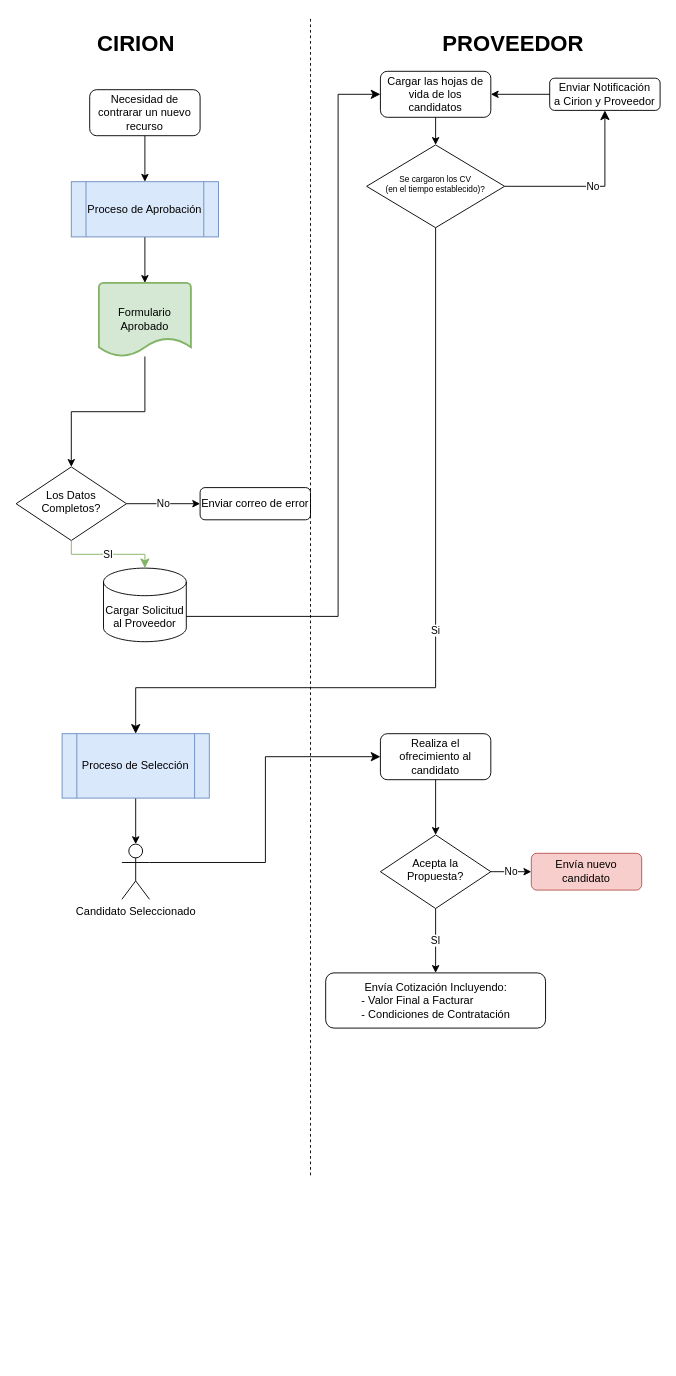
alexi86f/FlowChart keeps this draw.io diagram as ProcesoContrataciones3ros.drawio. Above is the earlier version. Source tidied: cells renumbered, new cells numbered last; positions are measured from the earlier drawing's top-left corner, leaving out a move shared by most shapes. Both pictures are drawn from the tidied source at 92%, with x=0, y=0 at pixel (16, 16).
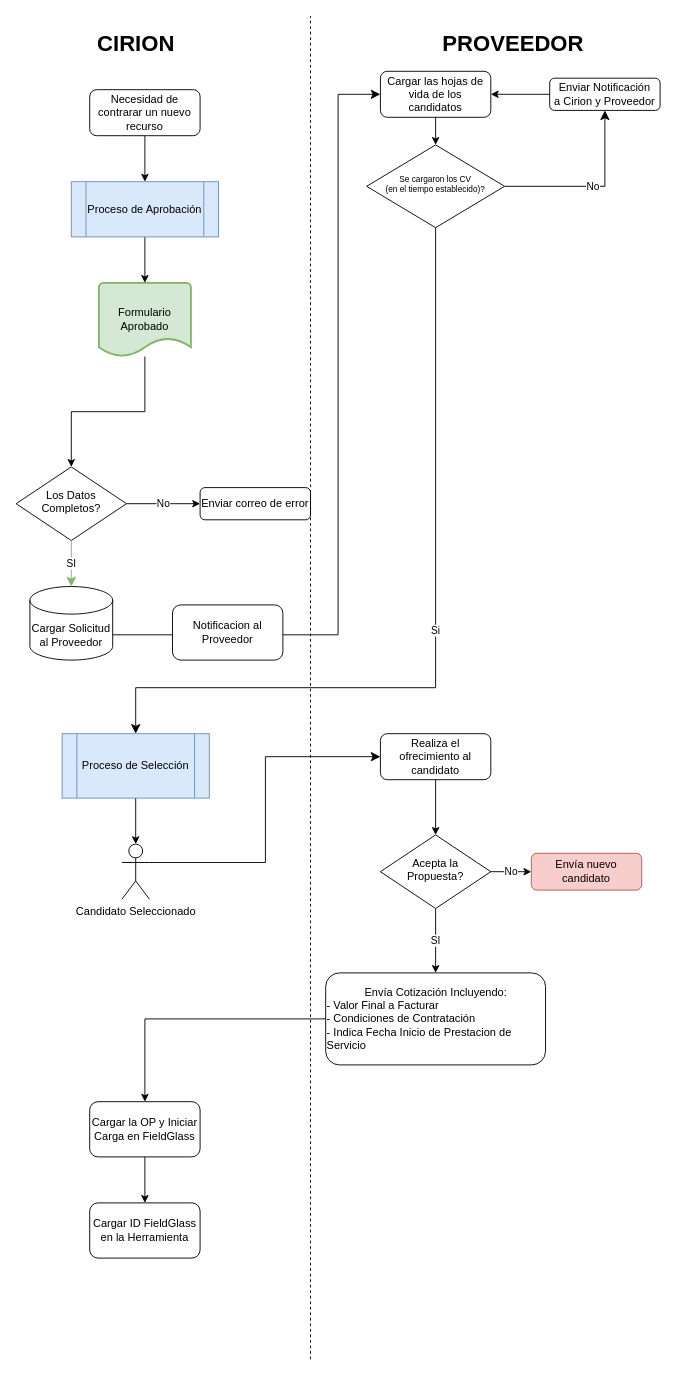
The same page after the edit.

What changed in the source:
```diff
@@
     <mxCell id="7" value="Cargar Solicitud al Proveedor" style="shape=cylinder3;whiteSpace=wrap;html=1;boundedLbl=1;backgroundOutline=1;size=15;" parent="1" vertex="1">
-      <mxGeometry x="95" y="600" width="90" height="80" as="geometry" />
+      <mxGeometry x="15" y="620" width="90" height="80" as="geometry" />
     </mxCell>
@@
     <mxCell id="19" style="endArrow=none;dashed=1;html=1;rounded=0;fontSize=12;" parent="1" edge="1">
       <mxGeometry relative="1" as="geometry">
-        <mxPoint x="320" y="1260" as="sourcePoint" />
+        <mxPoint x="320" y="1460" as="sourcePoint" />
         <mxPoint x="320" as="targetPoint" />
       </mxGeometry>
     </mxCell>
@@
+    <mxCell id="35" style="edgeStyle=orthogonalEdgeStyle;rounded=0;jettySize=auto;html=1;" parent="1" edge="1" source="30" target="38">
+      <mxGeometry relative="1" as="geometry" />
+    </mxCell>
-    <mxCell id="30" value="Envía Cotización Incluyendo:&lt;br&gt;&lt;div style=&quot;text-align: left;&quot;&gt;&lt;span style=&quot;background-color: initial;&quot;&gt;- Valor Final a Facturar&lt;/span&gt;&lt;/div&gt;&lt;div style=&quot;text-align: left;&quot;&gt;&lt;span style=&quot;background-color: initial;&quot;&gt;- Condiciones de Contratación&lt;/span&gt;&lt;/div&gt;" style="rounded=1;whiteSpace=wrap;html=1;" parent="1" vertex="1">
-      <mxGeometry x="336.5" y="1040" width="239" height="60" as="geometry" />
+    <mxCell id="30" value="Envía Cotización Incluyendo:&lt;br&gt;&lt;div style=&quot;text-align: left;&quot;&gt;&lt;span style=&quot;background-color: initial;&quot;&gt;- Valor Final a Facturar&lt;/span&gt;&lt;/div&gt;&lt;div style=&quot;text-align: left;&quot;&gt;&lt;span style=&quot;background-color: initial;&quot;&gt;- Condiciones de Contratación&lt;/span&gt;&lt;/div&gt;&lt;div style=&quot;text-align: left;&quot;&gt;&lt;span style=&quot;background-color: initial;&quot;&gt;- Indica Fecha Inicio de Prestacion de Servicio&lt;/span&gt;&lt;/div&gt;" style="rounded=1;whiteSpace=wrap;html=1;" parent="1" vertex="1">
+      <mxGeometry x="336.5" y="1040" width="239" height="100" as="geometry" />
     </mxCell>
@@
+    <mxCell id="36" value="Notificacion al Proveedor" style="rounded=1;whiteSpace=wrap;html=1;" parent="1" vertex="1">
+      <mxGeometry x="170" y="640" width="120" height="60" as="geometry" />
+    </mxCell>
+    <mxCell id="37" style="edgeStyle=orthogonalEdgeStyle;rounded=0;jettySize=auto;html=1;" parent="1" edge="1" source="38" target="39">
+      <mxGeometry relative="1" as="geometry" />
+    </mxCell>
+    <mxCell id="38" value="Cargar la OP y Iniciar Carga en FieldGlass" style="rounded=1;whiteSpace=wrap;html=1;" parent="1" vertex="1">
+      <mxGeometry x="80" y="1180" width="120" height="60" as="geometry" />
+    </mxCell>
+    <mxCell id="39" value="Cargar ID FieldGlass en la Herramienta" style="rounded=1;whiteSpace=wrap;html=1;" parent="1" vertex="1">
+      <mxGeometry x="80" y="1290" width="120" height="60" as="geometry" />
+    </mxCell>
```
